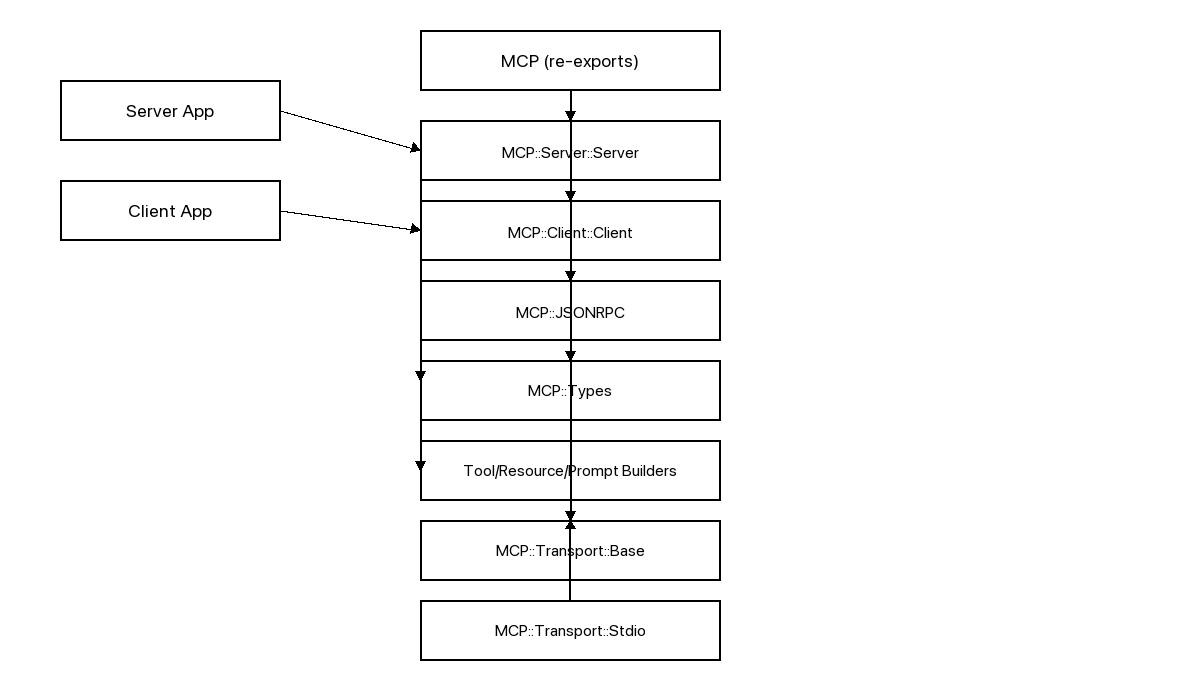
The Mermaid diagram architecture/architecture.png in wkusnierczyk/raku-mcp-sdk, before a commit. Its source is kept beside it as architecture/architecture.mmd. Source of this version:
```mermaid
flowchart LR
  subgraph Apps[User Applications]
    AppServer[Server App]
    AppClient[Client App]
  end

  subgraph SDK[Raku MCP SDK]
    MCP[MCP (re-exports)]
    Server[MCP::Server::Server]
    Client[MCP::Client::Client]
    JSONRPC[MCP::JSONRPC]
    Types[MCP::Types]
    Builders[Tool/Resource/Prompt Builders]
    TransportBase[MCP::Transport::Base]
    TransportStdio[MCP::Transport::Stdio]
  end

  AppServer --> Server
  AppClient --> Client

  MCP --> Server
  MCP --> Client
  MCP --> Types

  Server --> JSONRPC
  Client --> JSONRPC
  JSONRPC --> Types

  Server --> Builders
  Builders --> Types

  Server --> TransportBase
  Client --> TransportBase
  TransportStdio --> TransportBase

  Server <--> |stdio framed messages| TransportStdio
  Client <--> |stdio framed messages| TransportStdio
```
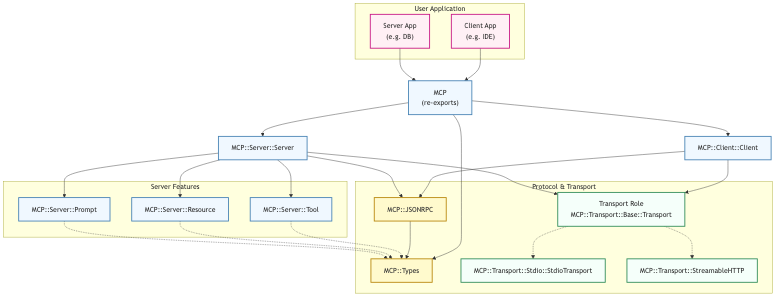
The same diagram one commit later.

Commit message:
Update architecture diagram

Change to the diagram source:
```diff
@@ -1,37 +1,59 @@
-flowchart LR
-  subgraph Apps[User Applications]
-    AppServer[Server App]
-    AppClient[Client App]
-  end
+graph TD
 
-  subgraph SDK[Raku MCP SDK]
-    MCP[MCP (re-exports)]
-    Server[MCP::Server::Server]
-    Client[MCP::Client::Client]
-    JSONRPC[MCP::JSONRPC]
-    Types[MCP::Types]
-    Builders[Tool/Resource/Prompt Builders]
-    TransportBase[MCP::Transport::Base]
-    TransportStdio[MCP::Transport::Stdio]
-  end
+    classDef sdk fill:#f0f8ff,stroke:#4682b4,stroke-width:2px;
+    classDef user fill:#fff0f5,stroke:#c71585,stroke-width:2px;
+    classDef transport fill:#f5fffa,stroke:#2e8b57,stroke-width:2px;
+    classDef protocol fill:#fffacd,stroke:#b8860b,stroke-width:2px;
 
-  AppServer --> Server
-  AppClient --> Client
+    subgraph UserLayer ["User Application"]
+        direction TB
+        A["Client App<br>(e.g. IDE)"]
+        B["Server App<br>(e.g. DB)"]
+    end
 
-  MCP --> Server
-  MCP --> Client
-  MCP --> Types
+    MCP["MCP<br/>(re-exports)"]
 
-  Server --> JSONRPC
-  Client --> JSONRPC
-  JSONRPC --> Types
+    A --> MCP
+    B --> MCP
 
-  Server --> Builders
-  Builders --> Types
+    MCP --> Client[MCP::Client::Client]
+    MCP --> Server[MCP::Server::Server]
+    MCP --> Types
 
-  Server --> TransportBase
-  Client --> TransportBase
-  TransportStdio --> TransportBase
+    subgraph Features ["Server Features"]
+        direction TB
+        Tool[MCP::Server::Tool]
+        Resource[MCP::Server::Resource]
+        Prompt[MCP::Server::Prompt]
+    end
 
-  Server <--> |stdio framed messages| TransportStdio
-  Client <--> |stdio framed messages| TransportStdio
+    Server --> Tool
+    Server --> Resource
+    Server --> Prompt
+
+    subgraph Protocol ["Protocol & Transport"]
+        direction TB
+        JSONRPC[MCP::JSONRPC]
+        Types[MCP::Types]
+        Transport["Transport Role<br/>MCP::Transport::Base::Transport"]
+        Stdio["MCP::Transport::Stdio::StdioTransport"]
+        HTTP["MCP::Transport::StreamableHTTP"]
+    end
+
+    Client --> JSONRPC
+    Server --> JSONRPC
+    JSONRPC --> Types
+
+    Client --> Transport
+    Server --> Transport
+    Transport -.-> Stdio
+    Transport -.-> HTTP
+
+    Tool -.-> Types
+    Resource -.-> Types
+    Prompt -.-> Types
+
+    class A,B user;
+    class MCP,Client,Server,Tool,Resource,Prompt sdk;
+    class JSONRPC,Types protocol;
+    class Transport,Stdio,HTTP transport;
```
